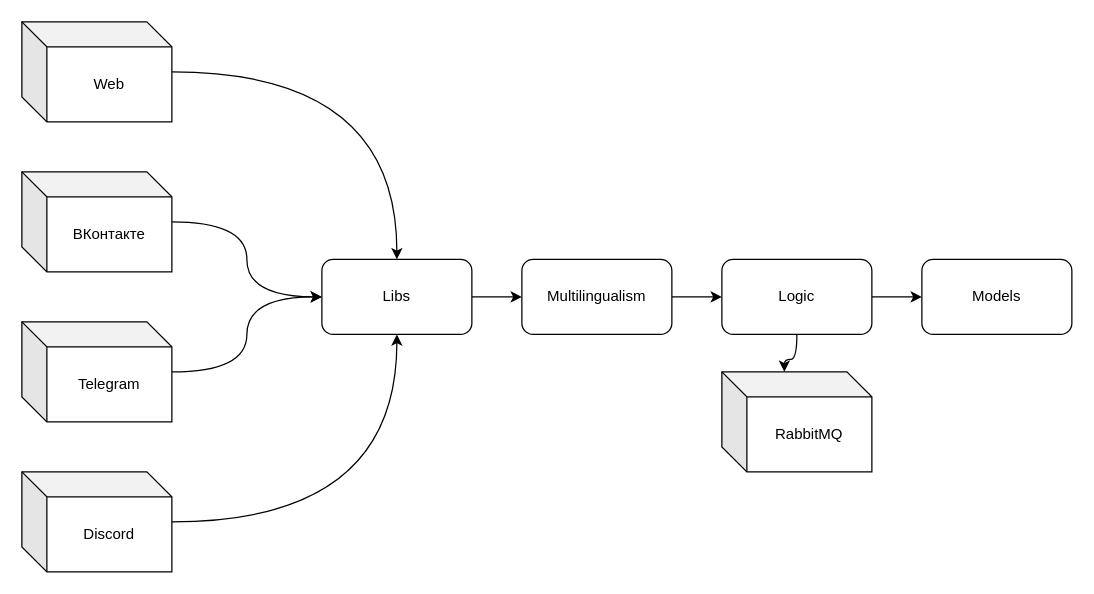
ilyamixaltik/empire-future-nestjs keeps this draw.io diagram as page "Main" (1 of 4) of docs/microservices.drawio. Above is the earlier version. Source tidied: cells renumbered, new cells numbered last; positions are measured from the earlier drawing's top-left corner, leaving out a move shared by most shapes. Both pictures are drawn from the tidied source at 125%, with x=0, y=0 at pixel (21, 21).
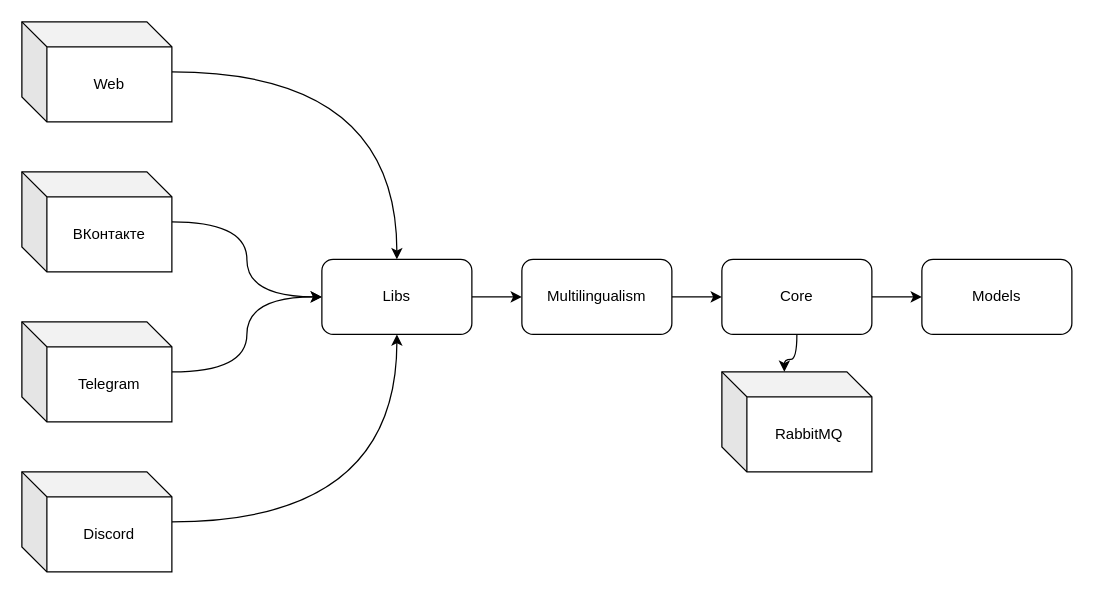
After the change.

What changed in the source:
```diff
@@
 <mxGraphModel>
   <root>
     <mxCell id="0" />
     <mxCell id="1" parent="0" />
     <mxCell id="2" style="edgeStyle=orthogonalEdgeStyle;curved=1;rounded=0;jettySize=auto;html=1;entryX=0;entryY=0.5;entryDx=0;entryDy=0;" parent="1" edge="1" source="3" target="11">
       <mxGeometry relative="1" as="geometry" />
     </mxCell>
     <mxCell id="3" value="ВКонтакте" style="shape=cube;whiteSpace=wrap;html=1;boundedLbl=1;backgroundOutline=1;darkOpacity=0.05;darkOpacity2=0.1;" parent="1" vertex="1">
       <mxGeometry y="120" width="120" height="80" as="geometry" />
     </mxCell>
     <mxCell id="4" style="edgeStyle=orthogonalEdgeStyle;curved=1;rounded=0;jettySize=auto;html=1;" parent="1" edge="1" source="5" target="11">
       <mxGeometry relative="1" as="geometry" />
     </mxCell>
     <mxCell id="5" value="Telegram" style="shape=cube;whiteSpace=wrap;html=1;boundedLbl=1;backgroundOutline=1;darkOpacity=0.05;darkOpacity2=0.1;" parent="1" vertex="1">
       <mxGeometry y="240" width="120" height="80" as="geometry" />
     </mxCell>
     <mxCell id="6" style="edgeStyle=orthogonalEdgeStyle;curved=1;rounded=0;jettySize=auto;html=1;" parent="1" edge="1" source="7" target="11">
       <mxGeometry relative="1" as="geometry" />
     </mxCell>
     <mxCell id="7" value="Discord" style="shape=cube;whiteSpace=wrap;html=1;boundedLbl=1;backgroundOutline=1;darkOpacity=0.05;darkOpacity2=0.1;" parent="1" vertex="1">
       <mxGeometry y="360" width="120" height="80" as="geometry" />
     </mxCell>
     <mxCell id="8" style="edgeStyle=orthogonalEdgeStyle;curved=1;rounded=0;jettySize=auto;html=1;" parent="1" edge="1" source="9" target="11">
       <mxGeometry relative="1" as="geometry" />
     </mxCell>
     <mxCell id="9" value="Web" style="shape=cube;whiteSpace=wrap;html=1;boundedLbl=1;backgroundOutline=1;darkOpacity=0.05;darkOpacity2=0.1;" parent="1" vertex="1">
       <mxGeometry width="120" height="80" as="geometry" />
     </mxCell>
     <mxCell id="10" style="edgeStyle=orthogonalEdgeStyle;curved=1;rounded=0;jettySize=auto;html=1;entryX=0;entryY=0.5;entryDx=0;entryDy=0;" parent="1" edge="1" source="11" target="17">
       <mxGeometry relative="1" as="geometry" />
     </mxCell>
     <mxCell id="11" value="Libs" style="rounded=1;whiteSpace=wrap;html=1;" parent="1" vertex="1">
       <mxGeometry x="240" y="190" width="120" height="60" as="geometry" />
     </mxCell>
     <mxCell id="12" style="edgeStyle=orthogonalEdgeStyle;curved=1;rounded=0;jettySize=auto;html=1;entryX=0;entryY=0.5;entryDx=0;entryDy=0;" parent="1" edge="1" source="14" target="15">
       <mxGeometry relative="1" as="geometry" />
     </mxCell>
     <mxCell id="13" style="edgeStyle=orthogonalEdgeStyle;curved=1;rounded=0;jettySize=auto;html=1;entryX=0;entryY=0;entryDx=50;entryDy=0;entryPerimeter=0;" parent="1" edge="1" source="14" target="18">
       <mxGeometry relative="1" as="geometry" />
     </mxCell>
-    <mxCell id="14" value="Logic" style="rounded=1;whiteSpace=wrap;html=1;" parent="1" vertex="1">
+    <mxCell id="14" value="Core" style="rounded=1;whiteSpace=wrap;html=1;" parent="1" vertex="1">
       <mxGeometry x="560" y="190" width="120" height="60" as="geometry" />
     </mxCell>
     <mxCell id="15" value="Models" style="rounded=1;whiteSpace=wrap;html=1;" parent="1" vertex="1">
       <mxGeometry x="720" y="190" width="120" height="60" as="geometry" />
     </mxCell>
     <mxCell id="16" style="edgeStyle=orthogonalEdgeStyle;curved=1;rounded=0;jettySize=auto;html=1;entryX=0;entryY=0.5;entryDx=0;entryDy=0;" parent="1" edge="1" source="17" target="14">
       <mxGeometry relative="1" as="geometry" />
     </mxCell>
     <mxCell id="17" value="Multilingualism" style="rounded=1;whiteSpace=wrap;html=1;" parent="1" vertex="1">
       <mxGeometry x="400" y="190" width="120" height="60" as="geometry" />
     </mxCell>
     <mxCell id="18" value="RabbitMQ" style="shape=cube;whiteSpace=wrap;html=1;boundedLbl=1;backgroundOutline=1;darkOpacity=0.05;darkOpacity2=0.1;" parent="1" vertex="1">
       <mxGeometry x="560" y="280" width="120" height="80" as="geometry" />
     </mxCell>
   </root>
 </mxGraphModel>
```
